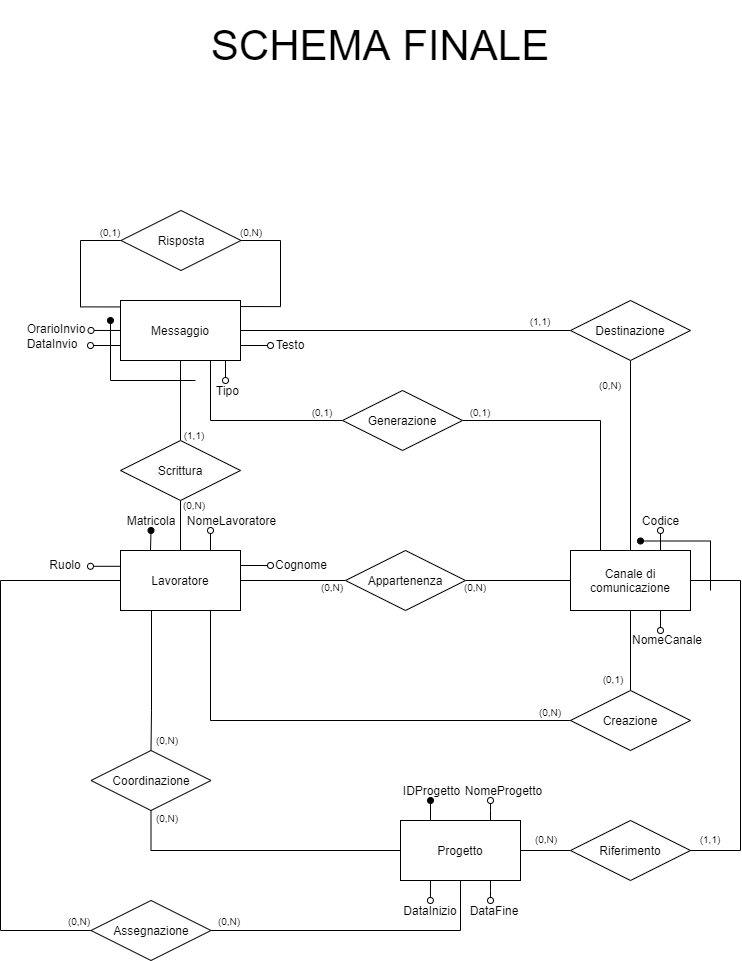
Above: Relazione/Schema ER/ristrutturato-schema-finale.png in martafra/BD-Chat-Multicanale (draw.io), before the change. Source tidied: cells renumbered, new cells last; positions are measured from the earlier drawing's top-left corner, leaving out a move shared by most shapes.
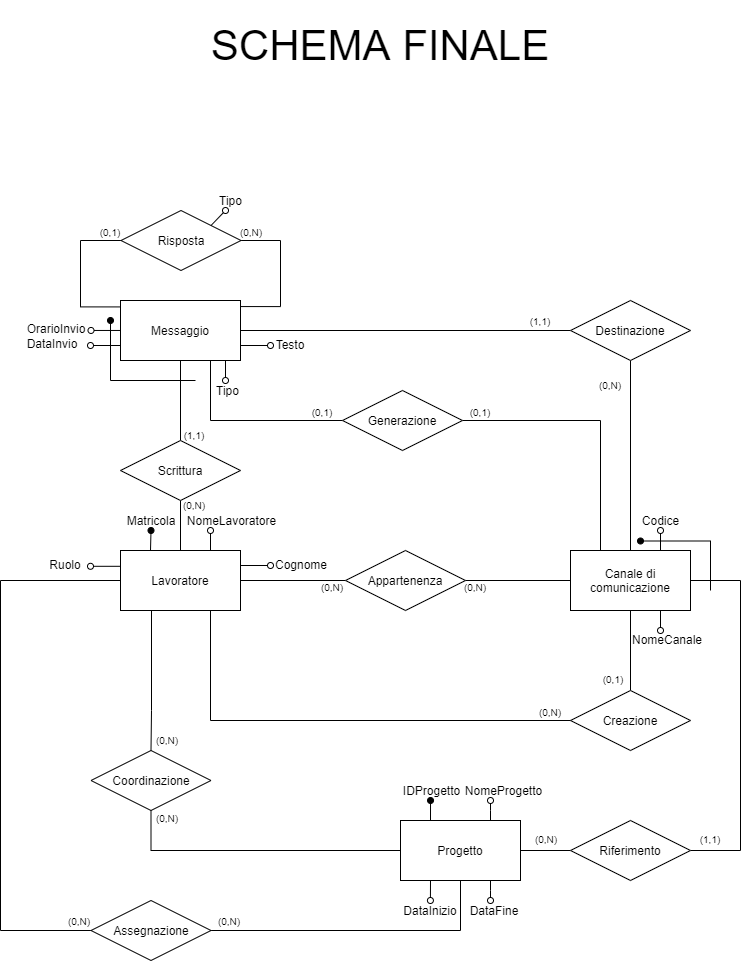
After the commit.

What changed in the source:
```diff
@@ -318,5 +318,14 @@
     <mxCell id="81" value="NomeCanale" style="text;html=1;strokeColor=none;fillColor=none;align=center;verticalAlign=middle;whiteSpace=wrap;rounded=0;" parent="1" vertex="1">
       <mxGeometry x="632" y="629" width="70" height="20" as="geometry" />
     </mxCell>
+    <mxCell id="82" style="rounded=0;orthogonalLoop=1;jettySize=auto;html=1;exitX=1;exitY=0;exitDx=0;exitDy=0;endArrow=oval;endFill=0;" parent="1" edge="1">
+      <mxGeometry relative="1" as="geometry">
+        <mxPoint x="210.5" y="225" as="sourcePoint" />
+        <mxPoint x="225" y="210" as="targetPoint" />
+      </mxGeometry>
+    </mxCell>
+    <mxCell id="83" value="Tipo" style="text;html=1;strokeColor=none;fillColor=none;align=center;verticalAlign=middle;whiteSpace=wrap;rounded=0;" parent="1" vertex="1">
+      <mxGeometry x="218.2" y="195" width="25" height="10" as="geometry" />
+    </mxCell>
   </root>
 </mxGraphModel>
```
